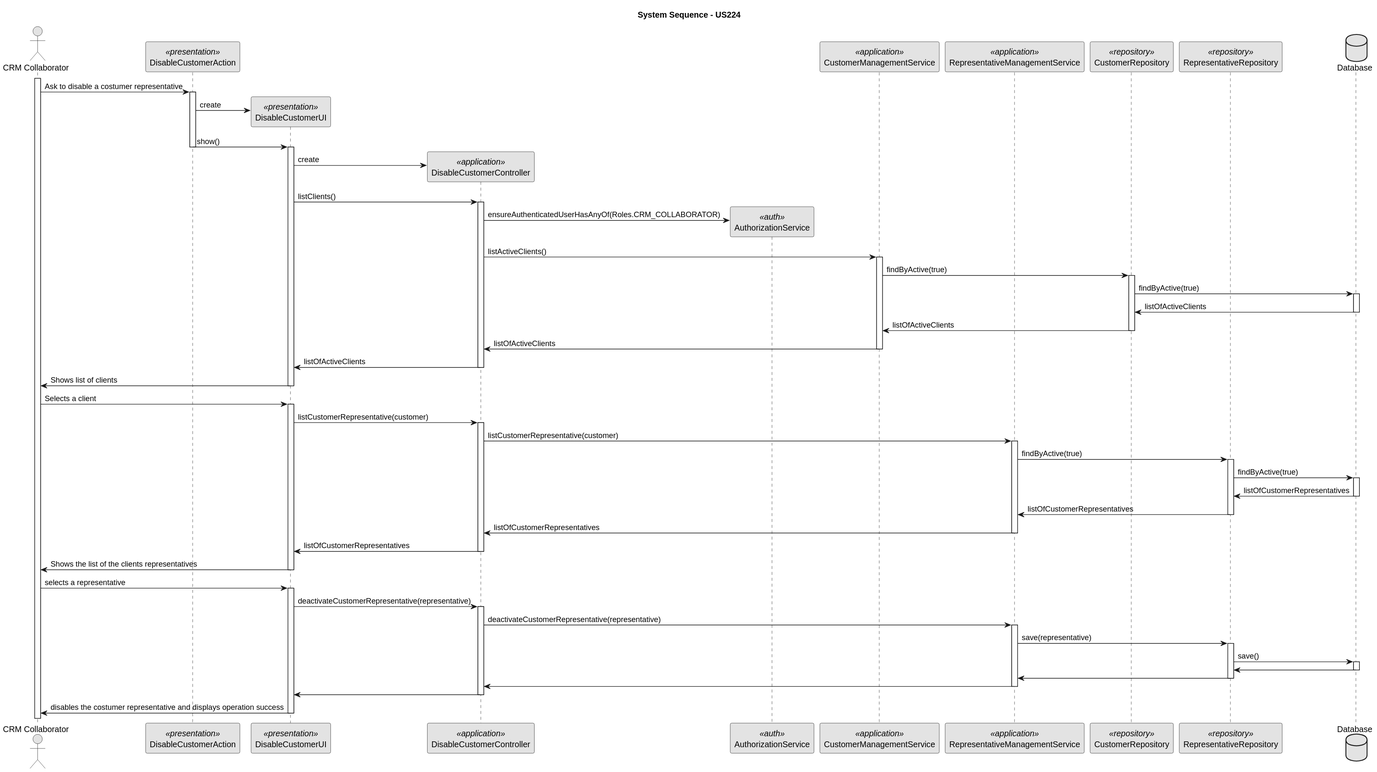
Above: docs/Sprint2/us_224/images/sequence-diagram-US224.svg in rubenFreitas1/ISEP-LAPR4-2024-2025 (PlantUML), before the change.
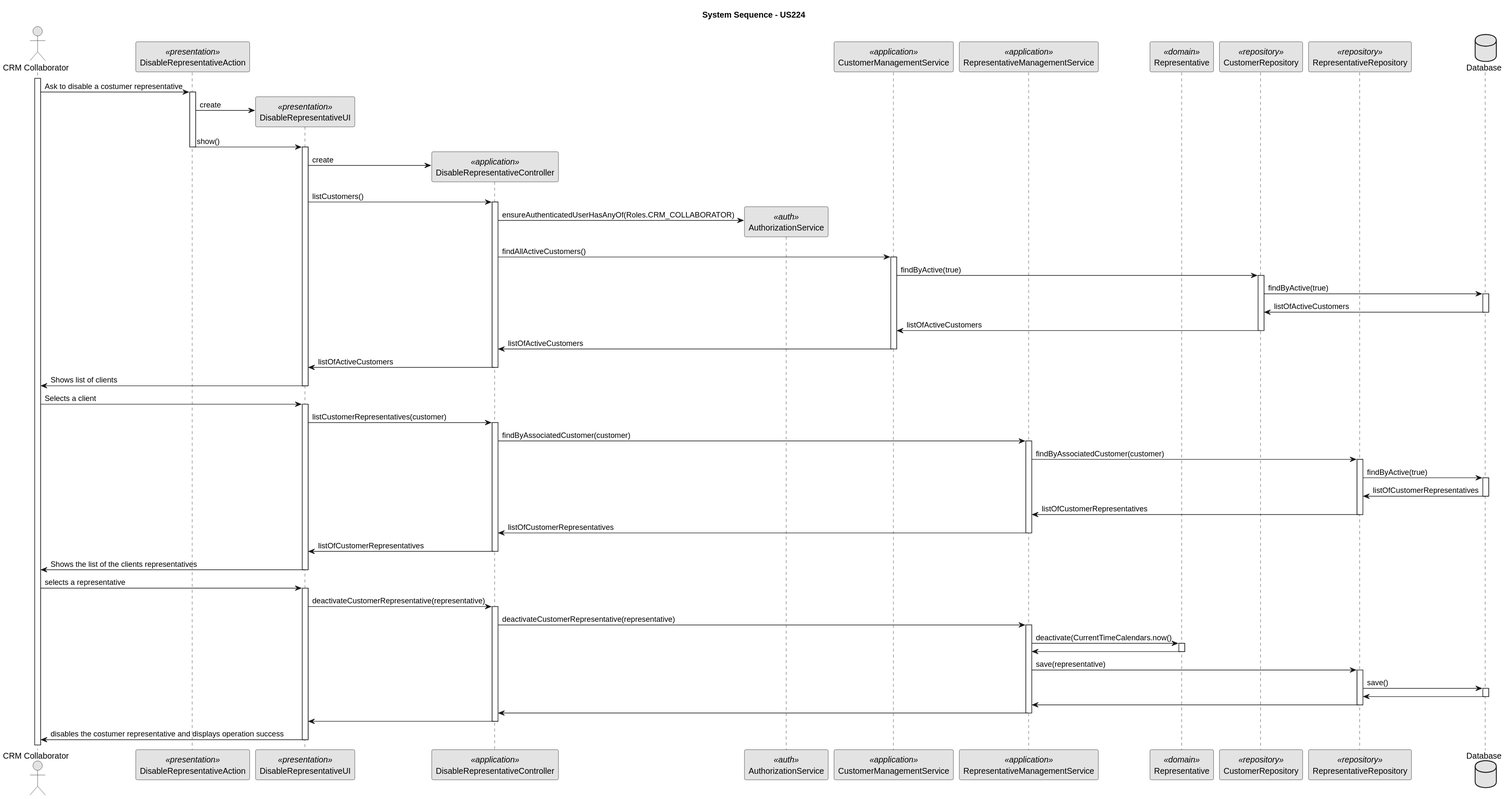
The same diagram one commit later.

Diff of the diagram source:
```diff
@@ -4,12 +4,13 @@
 skinparam shadowing false
 
 actor "CRM Collaborator" as crmCollaborator
-participant "DisableCustomerAction" as ACTION <<presentation>>
-participant "DisableCustomerUI" as UI <<presentation>>
-participant "DisableCustomerController" as CTRL <<application>>
+participant "DisableRepresentativeAction" as ACTION <<presentation>>
+participant "DisableRepresentativeUI" as UI <<presentation>>
+participant "DisableRepresentativeController" as CTRL <<application>>
 participant "AuthorizationService" as AuthorizationService <<auth>>
 participant "CustomerManagementService" as CustomerManagementService <<application>>
 participant "RepresentativeManagementService" as RepresentativeManagementService <<application>>
+participant "Representative" as Representative <<domain>>
 participant "CustomerRepository" as CustomerRepository <<repository>>
 participant "RepresentativeRepository" as RepresentativeRepository <<repository>>
 database "Database" as Database
@@ -29,11 +30,11 @@
     activate UI
 
         UI -> CTRL** : create
-        UI -> CTRL : listClients()
+        UI -> CTRL : listCustomers()
         activate CTRL
 
             CTRL -> AuthorizationService** : ensureAuthenticatedUserHasAnyOf(Roles.CRM_COLLABORATOR)
-            CTRL -> CustomerManagementService : listActiveClients()
+            CTRL -> CustomerManagementService : findAllActiveCustomers()
             activate CustomerManagementService
 
                 CustomerManagementService -> CustomerRepository : findByActive(true)
@@ -42,16 +43,16 @@
                     CustomerRepository -> Database : findByActive(true)
                     activate Database
 
-                        Database -> CustomerRepository : listOfActiveClients
+                        Database -> CustomerRepository : listOfActiveCustomers
                     deactivate Database
 
-                    CustomerRepository -> CustomerManagementService : listOfActiveClients
+                    CustomerRepository -> CustomerManagementService : listOfActiveCustomers
                 deactivate CustomerRepository
 
-                CustomerManagementService -> CTRL : listOfActiveClients
+                CustomerManagementService -> CTRL : listOfActiveCustomers
             deactivate CustomerManagementService
 
-            CTRL -> UI : listOfActiveClients
+            CTRL -> UI : listOfActiveCustomers
         deactivate CTRL
 
         UI -> crmCollaborator : Shows list of clients
@@ -60,16 +61,16 @@
     crmCollaborator -> UI : Selects a client
     activate UI
 
-        UI -> CTRL : listCustomerRepresentative(customer)
+        UI -> CTRL : listCustomerRepresentatives(customer)
         activate CTRL
 
-            CTRL -> RepresentativeManagementService : listCustomerRepresentative(customer)
+            CTRL -> RepresentativeManagementService : findByAssociatedCustomer(customer)
             activate RepresentativeManagementService
 
-                RepresentativeManagementService -> RepresentativeRepository : findByActive(true)
+                RepresentativeManagementService -> RepresentativeRepository : findByAssociatedCustomer(customer)
                 activate RepresentativeRepository
 
-                    RepresentativeRepository -> Database : findByActive(true)
+                    RepresentativeRepository -> Database :  findByActive(true)
                     activate Database
 
                         Database -> RepresentativeRepository : listOfCustomerRepresentatives
@@ -96,6 +97,11 @@
             CTRL -> RepresentativeManagementService : deactivateCustomerRepresentative(representative)
             activate RepresentativeManagementService
 
+                RepresentativeManagementService -> Representative : deactivate(CurrentTimeCalendars.now()
+                activate Representative
+
+                    Representative -> RepresentativeManagementService
+                deactivate Representative
                 RepresentativeManagementService -> RepresentativeRepository : save(representative)
                 activate RepresentativeRepository
 
```
